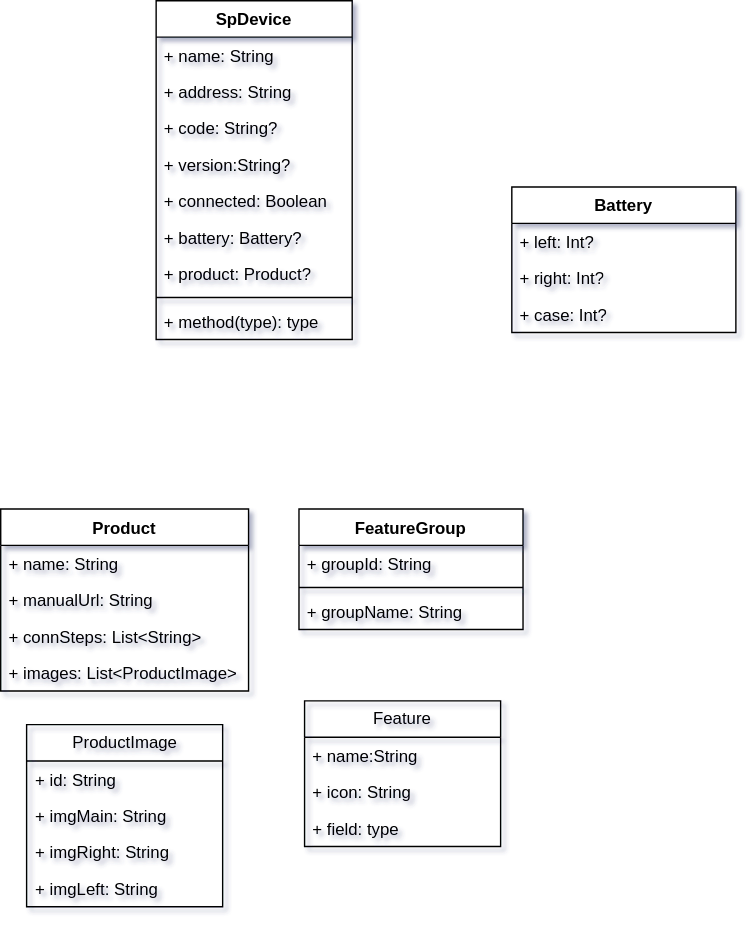
Above: 未命名绘图.drawio.svg in kekemao00/draw-libs (draw.io), before the change. Source tidied: cells renumbered, new cells last; positions are measured from the earlier drawing's top-left corner, leaving out a move shared by most shapes.
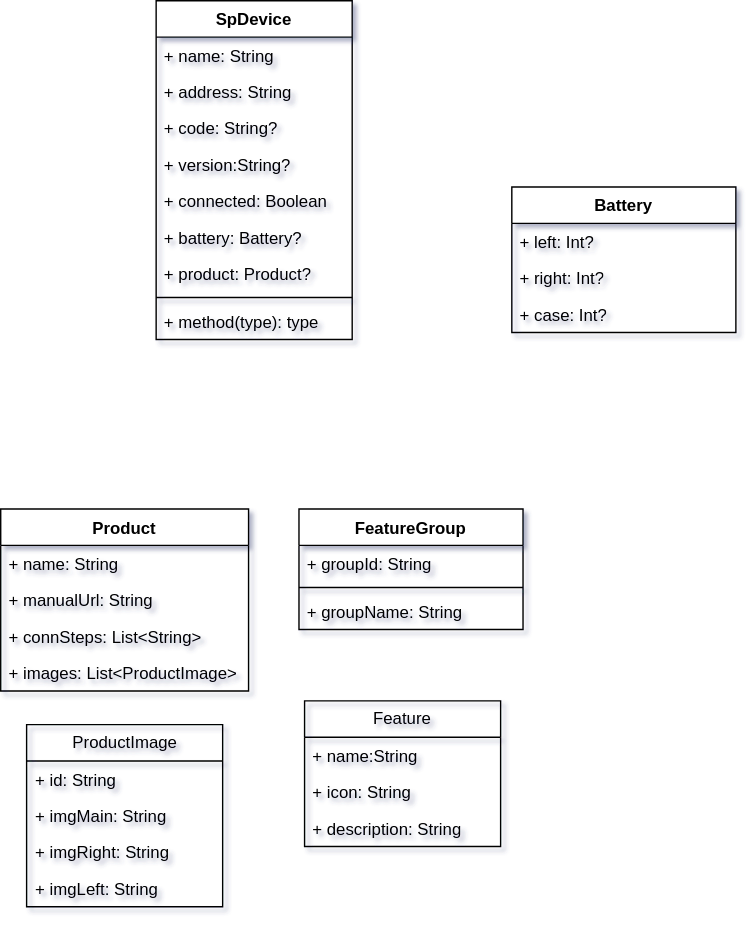
Above is the later version.

Commit message:
更新未命名绘图.drawio.svg

Diff of the diagram source:
```diff
@@ -95,7 +95,7 @@
     <mxCell id="32" value="+ icon: String" style="text;strokeColor=none;fillColor=none;align=left;verticalAlign=top;spacingLeft=4;spacingRight=4;overflow=hidden;whiteSpace=wrap;html=1;" parent="30" vertex="1">
       <mxGeometry y="52" width="140" height="26" as="geometry" />
     </mxCell>
-    <mxCell id="33" value="+ field: type" style="text;strokeColor=none;fillColor=none;align=left;verticalAlign=top;spacingLeft=4;spacingRight=4;overflow=hidden;whiteSpace=wrap;html=1;" parent="30" vertex="1">
+    <mxCell id="33" value="+ description: String" style="text;strokeColor=none;fillColor=none;align=left;verticalAlign=top;spacingLeft=4;spacingRight=4;overflow=hidden;whiteSpace=wrap;html=1;" parent="30" vertex="1">
       <mxGeometry y="78" width="140" height="26" as="geometry" />
     </mxCell>
   </root>
```
